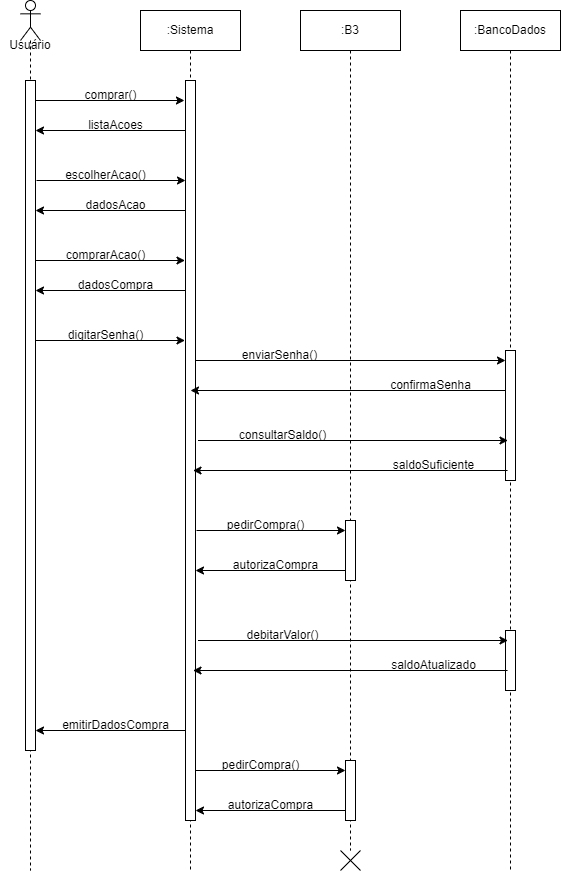
Above: diagrama_sequencia_comprar_acao.png in ThePlano/Projeto-CC5511---ENGENHARIA-DE-SOFTWARE (draw.io), before the change. Source tidied: cells renumbered, new cells last; positions are measured from the earlier drawing's top-left corner, leaving out a move shared by most shapes. Source of this version:
```xml
<mxGraphModel>
  <root>
    <mxCell id="0" />
    <mxCell id="1" parent="0" />
    <mxCell id="2" style="shape=umlLifeline;perimeter=lifelinePerimeter;whiteSpace=wrap;html=1;newEdgeStyle={&quot;curved&quot;:0,&quot;rounded&quot;:0};participant=umlActor;" parent="1" vertex="1">
      <mxGeometry x="20" width="20" height="870" as="geometry" />
    </mxCell>
    <mxCell id="3" style="html=1;perimeter=orthogonalPerimeter;targetShapes=umlLifeline;newEdgeStyle={&quot;curved&quot;:0,&quot;rounded&quot;:0};" parent="2" vertex="1">
      <mxGeometry x="5" y="80" width="10" height="670" as="geometry" />
    </mxCell>
    <mxCell id="4" value=":Sistema" style="shape=umlLifeline;perimeter=lifelinePerimeter;whiteSpace=wrap;html=1;newEdgeStyle={&quot;curved&quot;:0,&quot;rounded&quot;:0};" parent="1" vertex="1">
      <mxGeometry x="140" y="10" width="100" height="860" as="geometry" />
    </mxCell>
    <mxCell id="5" style="html=1;perimeter=orthogonalPerimeter;targetShapes=umlLifeline;newEdgeStyle={&quot;curved&quot;:0,&quot;rounded&quot;:0};" parent="4" vertex="1">
      <mxGeometry x="45" y="70" width="10" height="740" as="geometry" />
    </mxCell>
    <mxCell id="6" value=":B3" style="shape=umlLifeline;perimeter=lifelinePerimeter;whiteSpace=wrap;html=1;newEdgeStyle={&quot;curved&quot;:0,&quot;rounded&quot;:0};" parent="1" vertex="1">
      <mxGeometry x="300" y="10" width="100" height="840" as="geometry" />
    </mxCell>
    <mxCell id="7" style="html=1;perimeter=orthogonalPerimeter;targetShapes=umlLifeline;newEdgeStyle={&quot;curved&quot;:0,&quot;rounded&quot;:0};" parent="6" vertex="1">
      <mxGeometry x="45" y="750" width="10" height="60" as="geometry" />
    </mxCell>
    <mxCell id="8" style="html=1;perimeter=orthogonalPerimeter;targetShapes=umlLifeline;newEdgeStyle={&quot;curved&quot;:0,&quot;rounded&quot;:0};" parent="6" vertex="1">
      <mxGeometry x="45" y="510" width="10" height="60" as="geometry" />
    </mxCell>
    <mxCell id="9" value="Usuário" style="text;html=1;align=center;verticalAlign=middle;whiteSpace=wrap;rounded=0;" parent="1" vertex="1">
      <mxGeometry y="30" width="60" height="30" as="geometry" />
    </mxCell>
    <mxCell id="10" style="endArrow=classic;html=1;rounded=0;exitX=1.103;exitY=0.128;exitDx=0;exitDy=0;exitPerimeter=0;" parent="1" edge="1">
      <mxGeometry relative="1" as="geometry">
        <mxPoint x="35" y="100" as="sourcePoint" />
        <mxPoint x="184" y="100" as="targetPoint" />
      </mxGeometry>
    </mxCell>
    <mxCell id="11" value="comprar()" style="text;html=1;align=center;verticalAlign=middle;strokeColor=none;fillColor=none;" parent="1" vertex="1">
      <mxGeometry x="70" y="80" width="80" height="30" as="geometry" />
    </mxCell>
    <mxCell id="12" style="endArrow=classic;html=1;rounded=0;" parent="1" edge="1">
      <mxGeometry relative="1" as="geometry">
        <mxPoint x="185" y="130" as="sourcePoint" />
        <mxPoint x="35" y="130" as="targetPoint" />
      </mxGeometry>
    </mxCell>
    <mxCell id="13" value="listaAcoes" style="text;html=1;align=center;verticalAlign=middle;strokeColor=none;fillColor=none;" parent="1" vertex="1">
      <mxGeometry x="75" y="110" width="80" height="30" as="geometry" />
    </mxCell>
    <mxCell id="14" style="endArrow=classic;html=1;rounded=0;exitX=1.103;exitY=0.128;exitDx=0;exitDy=0;exitPerimeter=0;" parent="1" edge="1">
      <mxGeometry relative="1" as="geometry">
        <mxPoint x="36" y="180" as="sourcePoint" />
        <mxPoint x="185" y="180" as="targetPoint" />
      </mxGeometry>
    </mxCell>
    <mxCell id="15" value="escolherAcao()" style="text;html=1;align=center;verticalAlign=middle;strokeColor=none;fillColor=none;" parent="1" vertex="1">
      <mxGeometry x="55" y="160" width="100" height="30" as="geometry" />
    </mxCell>
    <mxCell id="16" style="shape=umlDestroy;whiteSpace=wrap;html=1;strokeWidth=1;targetShapes=umlLifeline;" parent="1" vertex="1">
      <mxGeometry x="340" y="850" width="20" height="20" as="geometry" />
    </mxCell>
    <mxCell id="17" style="endArrow=classic;html=1;rounded=0;" parent="1" edge="1">
      <mxGeometry relative="1" as="geometry">
        <mxPoint x="185" y="210" as="sourcePoint" />
        <mxPoint x="35" y="210" as="targetPoint" />
      </mxGeometry>
    </mxCell>
    <mxCell id="18" value="dadosAcao" style="text;html=1;align=center;verticalAlign=middle;strokeColor=none;fillColor=none;" parent="1" vertex="1">
      <mxGeometry x="75" y="190" width="80" height="30" as="geometry" />
    </mxCell>
    <mxCell id="19" style="endArrow=classic;html=1;rounded=0;exitX=1.103;exitY=0.128;exitDx=0;exitDy=0;exitPerimeter=0;" parent="1" edge="1">
      <mxGeometry relative="1" as="geometry">
        <mxPoint x="35.5" y="260" as="sourcePoint" />
        <mxPoint x="184.5" y="260" as="targetPoint" />
      </mxGeometry>
    </mxCell>
    <mxCell id="20" value="comprarAcao()" style="text;html=1;align=center;verticalAlign=middle;strokeColor=none;fillColor=none;" parent="1" vertex="1">
      <mxGeometry x="54.5" y="240" width="100" height="30" as="geometry" />
    </mxCell>
    <mxCell id="21" style="endArrow=classic;html=1;rounded=0;" parent="1" edge="1">
      <mxGeometry relative="1" as="geometry">
        <mxPoint x="185" y="290" as="sourcePoint" />
        <mxPoint x="35" y="290" as="targetPoint" />
      </mxGeometry>
    </mxCell>
    <mxCell id="22" value="dadosCompra" style="text;html=1;align=center;verticalAlign=middle;strokeColor=none;fillColor=none;" parent="1" vertex="1">
      <mxGeometry x="65" y="270" width="100" height="30" as="geometry" />
    </mxCell>
    <mxCell id="23" style="endArrow=classic;html=1;rounded=0;exitX=1.103;exitY=0.128;exitDx=0;exitDy=0;exitPerimeter=0;" parent="1" edge="1">
      <mxGeometry relative="1" as="geometry">
        <mxPoint x="35.5" y="340" as="sourcePoint" />
        <mxPoint x="184.5" y="340" as="targetPoint" />
      </mxGeometry>
    </mxCell>
    <mxCell id="24" value="digitarSenha()" style="text;html=1;align=center;verticalAlign=middle;strokeColor=none;fillColor=none;" parent="1" vertex="1">
      <mxGeometry x="54.5" y="320" width="100" height="30" as="geometry" />
    </mxCell>
    <mxCell id="25" style="endArrow=classic;html=1;rounded=0;" parent="1" edge="1">
      <mxGeometry relative="1" as="geometry">
        <mxPoint x="185" y="730" as="sourcePoint" />
        <mxPoint x="35" y="730" as="targetPoint" />
      </mxGeometry>
    </mxCell>
    <mxCell id="26" value="emitirDadosCompra" style="text;html=1;align=center;verticalAlign=middle;strokeColor=none;fillColor=none;" parent="1" vertex="1">
      <mxGeometry x="50" y="710" width="130" height="30" as="geometry" />
    </mxCell>
    <mxCell id="27" value=":BancoDados" style="shape=umlLifeline;perimeter=lifelinePerimeter;whiteSpace=wrap;html=1;newEdgeStyle={&quot;curved&quot;:0,&quot;rounded&quot;:0};" parent="1" vertex="1">
      <mxGeometry x="460" y="10" width="100" height="860" as="geometry" />
    </mxCell>
    <mxCell id="28" style="html=1;perimeter=orthogonalPerimeter;targetShapes=umlLifeline;newEdgeStyle={&quot;curved&quot;:0,&quot;rounded&quot;:0};" parent="27" vertex="1">
      <mxGeometry x="45" y="340" width="10" height="130" as="geometry" />
    </mxCell>
    <mxCell id="29" style="html=1;perimeter=orthogonalPerimeter;targetShapes=umlLifeline;newEdgeStyle={&quot;curved&quot;:0,&quot;rounded&quot;:0};" parent="27" vertex="1">
      <mxGeometry x="45" y="620" width="10" height="60" as="geometry" />
    </mxCell>
    <mxCell id="30" style="endArrow=classic;html=1;rounded=0;" parent="1" edge="1">
      <mxGeometry relative="1" as="geometry">
        <mxPoint x="195" y="360" as="sourcePoint" />
        <mxPoint x="505" y="360" as="targetPoint" />
      </mxGeometry>
    </mxCell>
    <mxCell id="31" value="enviarSenha()" style="text;html=1;align=center;verticalAlign=middle;strokeColor=none;fillColor=none;" parent="1" vertex="1">
      <mxGeometry x="229" y="340" width="100" height="30" as="geometry" />
    </mxCell>
    <mxCell id="32" style="endArrow=classic;html=1;rounded=0;" parent="1" edge="1">
      <mxGeometry relative="1" as="geometry">
        <mxPoint x="504.6" y="390" as="sourcePoint" />
        <mxPoint x="190" y="390" as="targetPoint" />
      </mxGeometry>
    </mxCell>
    <mxCell id="33" value="confirmaSenha" style="text;html=1;align=center;verticalAlign=middle;strokeColor=none;fillColor=none;" parent="1" vertex="1">
      <mxGeometry x="380" y="370" width="100" height="30" as="geometry" />
    </mxCell>
    <mxCell id="34" style="endArrow=classic;html=1;rounded=0;" parent="1" edge="1">
      <mxGeometry relative="1" as="geometry">
        <mxPoint x="197.5" y="440" as="sourcePoint" />
        <mxPoint x="507.5" y="440" as="targetPoint" />
      </mxGeometry>
    </mxCell>
    <mxCell id="35" value="consultarSaldo()" style="text;html=1;align=center;verticalAlign=middle;strokeColor=none;fillColor=none;" parent="1" vertex="1">
      <mxGeometry x="226.5" y="420" width="110" height="30" as="geometry" />
    </mxCell>
    <mxCell id="36" style="endArrow=classic;html=1;rounded=0;" parent="1" edge="1">
      <mxGeometry relative="1" as="geometry">
        <mxPoint x="507.1" y="470" as="sourcePoint" />
        <mxPoint x="192.5" y="470" as="targetPoint" />
      </mxGeometry>
    </mxCell>
    <mxCell id="37" value="saldoSuficiente" style="text;html=1;align=center;verticalAlign=middle;strokeColor=none;fillColor=none;" parent="1" vertex="1">
      <mxGeometry x="382.5" y="450" width="100" height="30" as="geometry" />
    </mxCell>
    <mxCell id="38" style="endArrow=classic;html=1;rounded=0;exitX=1.103;exitY=0.128;exitDx=0;exitDy=0;exitPerimeter=0;" parent="1" edge="1">
      <mxGeometry relative="1" as="geometry">
        <mxPoint x="196" y="530" as="sourcePoint" />
        <mxPoint x="345" y="530" as="targetPoint" />
      </mxGeometry>
    </mxCell>
    <mxCell id="39" value="pedirCompra()" style="text;html=1;align=center;verticalAlign=middle;strokeColor=none;fillColor=none;" parent="1" vertex="1">
      <mxGeometry x="215" y="510" width="100" height="30" as="geometry" />
    </mxCell>
    <mxCell id="40" style="endArrow=classic;html=1;rounded=0;" parent="1" edge="1">
      <mxGeometry relative="1" as="geometry">
        <mxPoint x="345" y="570" as="sourcePoint" />
        <mxPoint x="195" y="570" as="targetPoint" />
      </mxGeometry>
    </mxCell>
    <mxCell id="41" value="autorizaCompra" style="text;html=1;align=center;verticalAlign=middle;strokeColor=none;fillColor=none;" parent="1" vertex="1">
      <mxGeometry x="220" y="550" width="110" height="30" as="geometry" />
    </mxCell>
    <mxCell id="42" style="endArrow=classic;html=1;rounded=0;" parent="1" edge="1">
      <mxGeometry relative="1" as="geometry">
        <mxPoint x="197.5" y="640" as="sourcePoint" />
        <mxPoint x="507.5" y="640" as="targetPoint" />
      </mxGeometry>
    </mxCell>
    <mxCell id="43" value="debitarValor()" style="text;html=1;align=center;verticalAlign=middle;strokeColor=none;fillColor=none;" parent="1" vertex="1">
      <mxGeometry x="231.5" y="620" width="100" height="30" as="geometry" />
    </mxCell>
    <mxCell id="44" style="endArrow=classic;html=1;rounded=0;" parent="1" edge="1">
      <mxGeometry relative="1" as="geometry">
        <mxPoint x="507.1" y="670" as="sourcePoint" />
        <mxPoint x="192.5" y="670" as="targetPoint" />
      </mxGeometry>
    </mxCell>
    <mxCell id="45" value="saldoAtualizado" style="text;html=1;align=center;verticalAlign=middle;strokeColor=none;fillColor=none;" parent="1" vertex="1">
      <mxGeometry x="377.5" y="650" width="110" height="30" as="geometry" />
    </mxCell>
    <mxCell id="46" style="endArrow=classic;html=1;rounded=0;" parent="1" edge="1">
      <mxGeometry relative="1" as="geometry">
        <mxPoint x="195" y="770" as="sourcePoint" />
        <mxPoint x="345" y="770" as="targetPoint" />
      </mxGeometry>
    </mxCell>
    <mxCell id="47" value="pedirCompra()" style="text;html=1;align=center;verticalAlign=middle;strokeColor=none;fillColor=none;" parent="1" vertex="1">
      <mxGeometry x="210" y="750" width="100" height="30" as="geometry" />
    </mxCell>
    <mxCell id="48" style="endArrow=classic;html=1;rounded=0;" parent="1" edge="1">
      <mxGeometry relative="1" as="geometry">
        <mxPoint x="345" y="810" as="sourcePoint" />
        <mxPoint x="195" y="810" as="targetPoint" />
      </mxGeometry>
    </mxCell>
    <mxCell id="49" value="autorizaCompra" style="text;html=1;align=center;verticalAlign=middle;strokeColor=none;fillColor=none;" parent="1" vertex="1">
      <mxGeometry x="215" y="790" width="110" height="30" as="geometry" />
    </mxCell>
  </root>
</mxGraphModel>
```
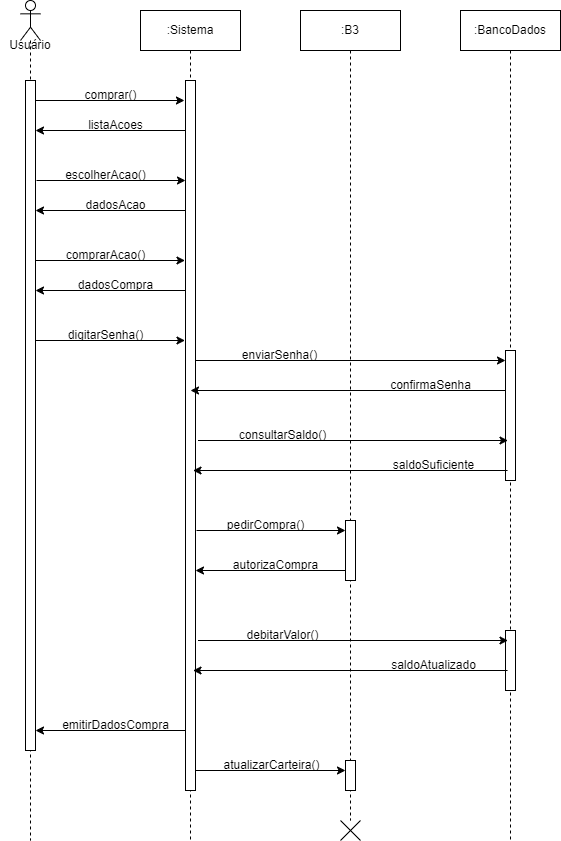
After the commit.

Change to the diagram source:
```diff
@@ -3,22 +3,22 @@
     <mxCell id="0" />
     <mxCell id="1" parent="0" />
     <mxCell id="2" style="shape=umlLifeline;perimeter=lifelinePerimeter;whiteSpace=wrap;html=1;newEdgeStyle={&quot;curved&quot;:0,&quot;rounded&quot;:0};participant=umlActor;" parent="1" vertex="1">
-      <mxGeometry x="20" width="20" height="870" as="geometry" />
+      <mxGeometry x="20" width="20" height="840" as="geometry" />
     </mxCell>
     <mxCell id="3" style="html=1;perimeter=orthogonalPerimeter;targetShapes=umlLifeline;newEdgeStyle={&quot;curved&quot;:0,&quot;rounded&quot;:0};" parent="2" vertex="1">
       <mxGeometry x="5" y="80" width="10" height="670" as="geometry" />
     </mxCell>
     <mxCell id="4" value=":Sistema" style="shape=umlLifeline;perimeter=lifelinePerimeter;whiteSpace=wrap;html=1;newEdgeStyle={&quot;curved&quot;:0,&quot;rounded&quot;:0};" parent="1" vertex="1">
-      <mxGeometry x="140" y="10" width="100" height="860" as="geometry" />
+      <mxGeometry x="140" y="10" width="100" height="830" as="geometry" />
     </mxCell>
     <mxCell id="5" style="html=1;perimeter=orthogonalPerimeter;targetShapes=umlLifeline;newEdgeStyle={&quot;curved&quot;:0,&quot;rounded&quot;:0};" parent="4" vertex="1">
-      <mxGeometry x="45" y="70" width="10" height="740" as="geometry" />
+      <mxGeometry x="45" y="70" width="10" height="710" as="geometry" />
     </mxCell>
     <mxCell id="6" value=":B3" style="shape=umlLifeline;perimeter=lifelinePerimeter;whiteSpace=wrap;html=1;newEdgeStyle={&quot;curved&quot;:0,&quot;rounded&quot;:0};" parent="1" vertex="1">
-      <mxGeometry x="300" y="10" width="100" height="840" as="geometry" />
+      <mxGeometry x="300" y="10" width="100" height="810" as="geometry" />
     </mxCell>
     <mxCell id="7" style="html=1;perimeter=orthogonalPerimeter;targetShapes=umlLifeline;newEdgeStyle={&quot;curved&quot;:0,&quot;rounded&quot;:0};" parent="6" vertex="1">
-      <mxGeometry x="45" y="750" width="10" height="60" as="geometry" />
+      <mxGeometry x="45" y="750" width="10" height="30" as="geometry" />
     </mxCell>
     <mxCell id="8" style="html=1;perimeter=orthogonalPerimeter;targetShapes=umlLifeline;newEdgeStyle={&quot;curved&quot;:0,&quot;rounded&quot;:0};" parent="6" vertex="1">
       <mxGeometry x="45" y="510" width="10" height="60" as="geometry" />
@@ -54,7 +54,7 @@
       <mxGeometry x="55" y="160" width="100" height="30" as="geometry" />
     </mxCell>
     <mxCell id="16" style="shape=umlDestroy;whiteSpace=wrap;html=1;strokeWidth=1;targetShapes=umlLifeline;" parent="1" vertex="1">
-      <mxGeometry x="340" y="850" width="20" height="20" as="geometry" />
+      <mxGeometry x="340" y="820" width="20" height="20" as="geometry" />
     </mxCell>
     <mxCell id="17" style="endArrow=classic;html=1;rounded=0;" parent="1" edge="1">
       <mxGeometry relative="1" as="geometry">
@@ -102,7 +102,7 @@
       <mxGeometry x="50" y="710" width="130" height="30" as="geometry" />
     </mxCell>
     <mxCell id="27" value=":BancoDados" style="shape=umlLifeline;perimeter=lifelinePerimeter;whiteSpace=wrap;html=1;newEdgeStyle={&quot;curved&quot;:0,&quot;rounded&quot;:0};" parent="1" vertex="1">
-      <mxGeometry x="460" y="10" width="100" height="860" as="geometry" />
+      <mxGeometry x="460" y="10" width="100" height="830" as="geometry" />
     </mxCell>
     <mxCell id="28" style="html=1;perimeter=orthogonalPerimeter;targetShapes=umlLifeline;newEdgeStyle={&quot;curved&quot;:0,&quot;rounded&quot;:0};" parent="27" vertex="1">
       <mxGeometry x="45" y="340" width="10" height="130" as="geometry" />
@@ -188,17 +188,8 @@
         <mxPoint x="345" y="770" as="targetPoint" />
       </mxGeometry>
     </mxCell>
-    <mxCell id="47" value="pedirCompra()" style="text;html=1;align=center;verticalAlign=middle;strokeColor=none;fillColor=none;" parent="1" vertex="1">
-      <mxGeometry x="210" y="750" width="100" height="30" as="geometry" />
+    <mxCell id="47" value="atualizarCarteira()" style="text;html=1;align=center;verticalAlign=middle;strokeColor=none;fillColor=none;" parent="1" vertex="1">
+      <mxGeometry x="211" y="750" width="120" height="30" as="geometry" />
     </mxCell>
-    <mxCell id="48" style="endArrow=classic;html=1;rounded=0;" parent="1" edge="1">
-      <mxGeometry relative="1" as="geometry">
-        <mxPoint x="345" y="810" as="sourcePoint" />
-        <mxPoint x="195" y="810" as="targetPoint" />
-      </mxGeometry>
-    </mxCell>
-    <mxCell id="49" value="autorizaCompra" style="text;html=1;align=center;verticalAlign=middle;strokeColor=none;fillColor=none;" parent="1" vertex="1">
-      <mxGeometry x="215" y="790" width="110" height="30" as="geometry" />
-    </mxCell>
   </root>
 </mxGraphModel>
```
